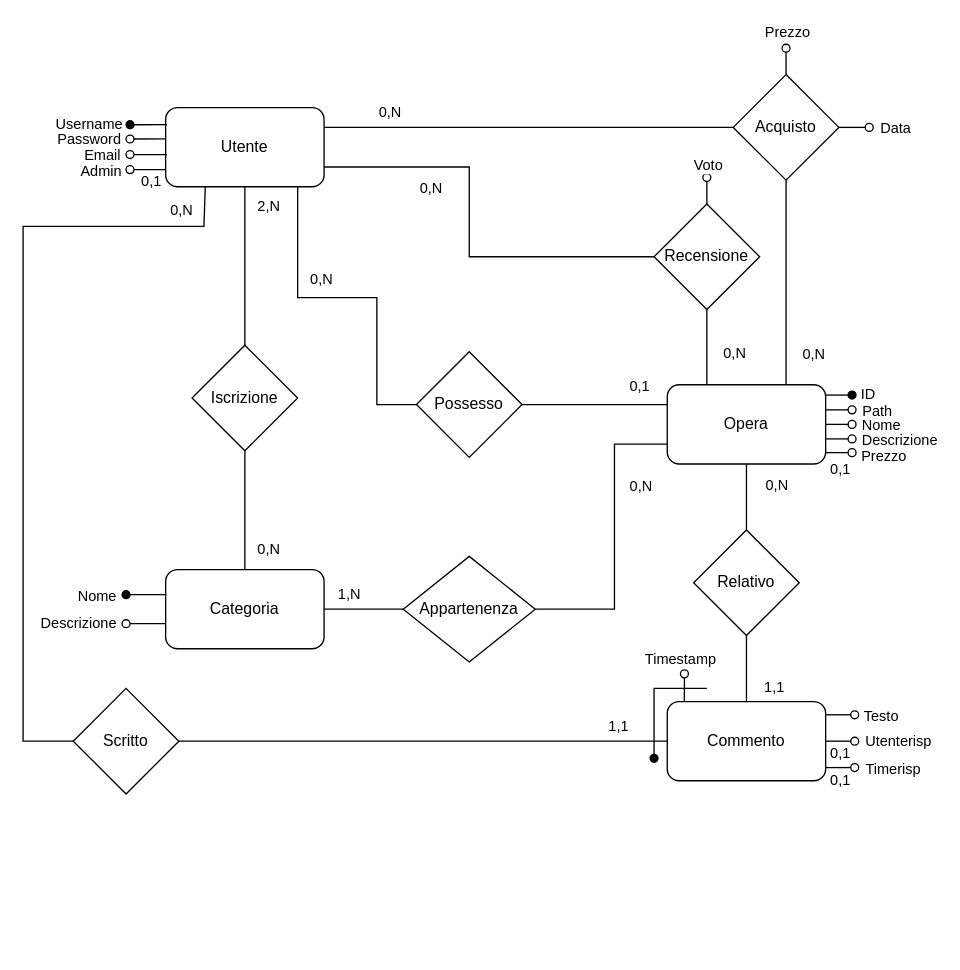
Earlier version of the draw.io diagram page "ristrutturato" (1 of 3) of DB/schema_ristrutturato.drawio (Giuseppe5000/TecWeb). Source tidied: cells renumbered, new cells numbered last; positions are measured from the earlier drawing's top-left corner, leaving out a move shared by most shapes. Both pictures are drawn from the tidied source at 132%, with x=0, y=0 at pixel (22, 48).
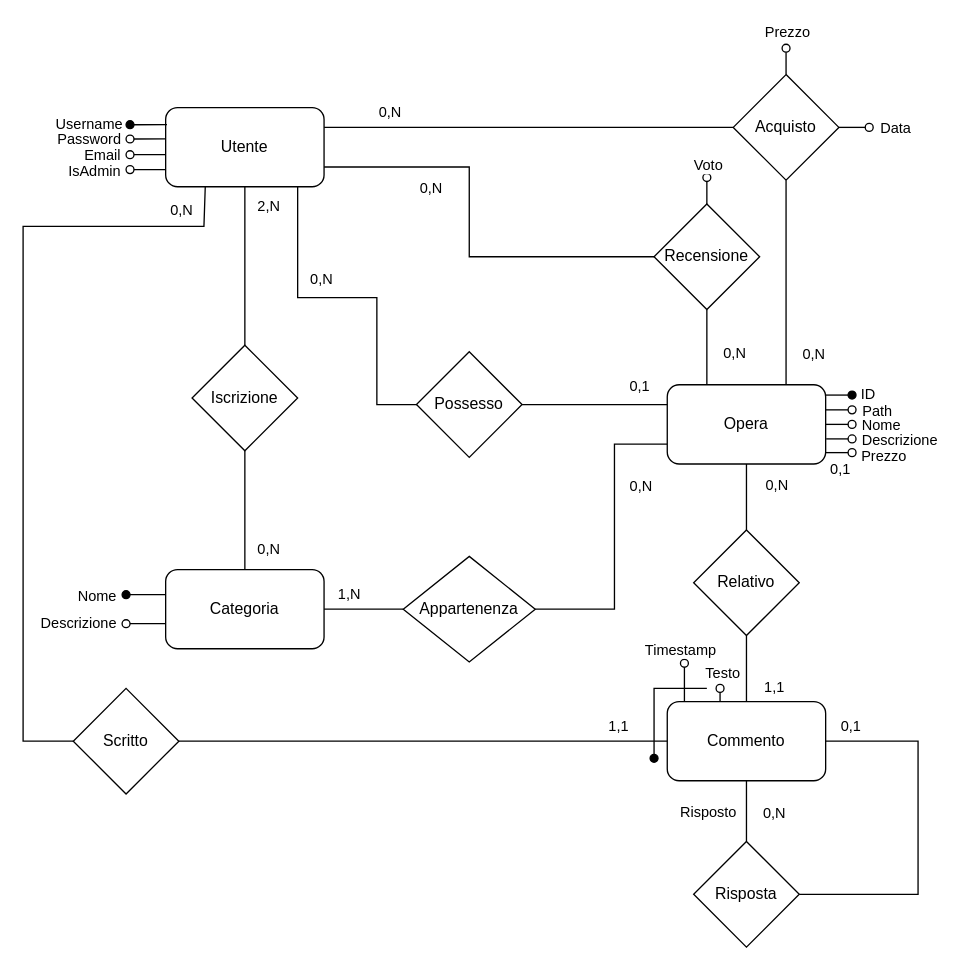
After the change.

Commit message (it also covers changes not shown here):
Modifiche di verifica #2

Unchanged cells that the change refers to:
```xml
<mxCell id="7" value="Utente" style="rounded=1;whiteSpace=wrap;html=1;" parent="1" vertex="1">
  <mxGeometry x="108" y="45" width="120" height="60" as="geometry" />
</mxCell>
<mxCell id="39" value="Commento" style="rounded=1;whiteSpace=wrap;html=1;" parent="1" vertex="1">
  <mxGeometry x="488" y="495" width="120" height="60" as="geometry" />
</mxCell>
```

Diff of the diagram source:
```diff
@@
-    <mxCell id="35" style="edgeStyle=orthogonalEdgeStyle;rounded=0;jettySize=auto;html=1;endArrow=oval;endFill=0;exitX=0.108;exitY=-0.002;exitDx=0;exitDy=0;exitPerimeter=0;" parent="1" edge="1" source="39">
-      <mxGeometry relative="1" as="geometry">
-        <mxPoint x="501" y="474" as="targetPoint" />
-      </mxGeometry>
-    </mxCell>
-    <mxCell id="36" value="Timestamp" style="edgeLabel;html=1;align=center;verticalAlign=middle;" parent="35" vertex="1">
-      <mxGeometry x="1" y="3" relative="1" as="geometry">
-        <mxPoint x="-1" y="-11" as="offset" />
-      </mxGeometry>
-    </mxCell>
-    <mxCell id="37" style="edgeStyle=orthogonalEdgeStyle;rounded=0;orthogonalLoop=1;jettySize=auto;html=1;exitX=1;exitY=0.25;exitDx=0;exitDy=0;endArrow=oval;endFill=0;" parent="1" edge="1">
-      <mxGeometry relative="1" as="geometry">
-        <mxPoint x="608" y="505" as="sourcePoint" />
-        <mxPoint x="630" y="505.1" as="targetPoint" />
-      </mxGeometry>
-    </mxCell>
-    <mxCell id="38" style="edgeStyle=orthogonalEdgeStyle;rounded=0;jettySize=auto;html=1;exitX=1;exitY=0.5;exitDx=0;exitDy=0;endArrow=oval;endFill=0;" parent="1" edge="1" source="39">
-      <mxGeometry relative="1" as="geometry">
-        <mxPoint x="630" y="525" as="targetPoint" />
-      </mxGeometry>
-    </mxCell>
@@
-    <mxCell id="48" value="Utenterisp" style="edgeLabel;html=1;align=center;verticalAlign=middle;" parent="1" vertex="1">
-      <mxGeometry x="666" y="519" as="geometry">
-        <mxPoint x="-4" y="5" as="offset" />
-      </mxGeometry>
-    </mxCell>
@@
-    <mxCell id="70" style="edgeStyle=orthogonalEdgeStyle;rounded=0;orthogonalLoop=1;jettySize=auto;html=1;endArrow=oval;endFill=0;exitX=0;exitY=0.577;exitDx=0;exitDy=0;exitPerimeter=0;" parent="1" edge="1">
+    <mxCell id="70" style="edgeStyle=orthogonalEdgeStyle;rounded=0;jettySize=auto;html=1;endArrow=oval;endFill=0;exitX=0.001;exitY=0.595;exitDx=0;exitDy=0;exitPerimeter=0;" parent="1" edge="1" source="7">
       <mxGeometry relative="1" as="geometry">
-        <mxPoint x="109" y="80.6" as="sourcePoint" />
         <mxPoint x="81" y="80" as="targetPoint" />
       </mxGeometry>
     </mxCell>
@@
-    <mxCell id="74" value="0,1" style="edgeLabel;html=1;align=center;verticalAlign=middle;" parent="1" vertex="1">
-      <mxGeometry x="679" y="599" as="geometry">
-        <mxPoint x="-61" y="-66" as="offset" />
-      </mxGeometry>
-    </mxCell>
-    <mxCell id="75" value="Admin" style="edgeLabel;html=1;align=center;verticalAlign=middle;" parent="1" vertex="1">
-      <mxGeometry x="83" y="85" as="geometry">
+    <mxCell id="75" value="IsAdmin" style="edgeLabel;html=1;align=center;verticalAlign=middle;" parent="1" vertex="1">
+      <mxGeometry x="78" y="85" as="geometry">
         <mxPoint x="-25" y="7" as="offset" />
       </mxGeometry>
     </mxCell>
-    <mxCell id="76" value="0,1" style="edgeLabel;html=1;align=center;verticalAlign=middle;" parent="1" vertex="1">
-      <mxGeometry x="96" y="100" as="geometry" />
-    </mxCell>
@@
+    <mxCell id="82" style="edgeStyle=orthogonalEdgeStyle;rounded=0;jettySize=auto;html=1;exitX=1;exitY=0.5;exitDx=0;exitDy=0;entryX=1;entryY=0.5;entryDx=0;entryDy=0;endArrow=none;endFill=0;" parent="1" edge="1" source="83">
+      <mxGeometry relative="1" as="geometry">
+        <mxPoint x="608" y="525" as="targetPoint" />
+        <Array as="points">
+          <mxPoint x="678" y="641" />
+          <mxPoint x="678" y="525" />
+        </Array>
+      </mxGeometry>
+    </mxCell>
+    <mxCell id="83" value="Risposta" style="rhombus;whiteSpace=wrap;html=1;" parent="1" vertex="1">
+      <mxGeometry x="508" y="601" width="80" height="80" as="geometry" />
+    </mxCell>
+    <mxCell id="84" value="Risposto" style="edgeLabel;html=1;align=center;verticalAlign=middle;" parent="1" vertex="1">
+      <mxGeometry x="522" y="573" as="geometry">
+        <mxPoint x="-4" y="5" as="offset" />
+      </mxGeometry>
+    </mxCell>
+    <mxCell id="85" style="edgeStyle=orthogonalEdgeStyle;rounded=0;jettySize=auto;html=1;exitX=0.5;exitY=0;exitDx=0;exitDy=0;entryX=0.5;entryY=1;entryDx=0;entryDy=0;endArrow=none;endFill=0;" parent="1" edge="1" source="83">
+      <mxGeometry relative="1" as="geometry">
+        <mxPoint x="548" y="555" as="targetPoint" />
+      </mxGeometry>
+    </mxCell>
+    <mxCell id="86" value="0,N" style="edgeLabel;html=1;align=center;verticalAlign=middle;" parent="1" vertex="1">
+      <mxGeometry x="568" y="579" as="geometry" />
+    </mxCell>
+    <mxCell id="87" value="0,1" style="edgeLabel;html=1;align=center;verticalAlign=middle;" parent="1" vertex="1">
+      <mxGeometry x="687" y="579" as="geometry">
+        <mxPoint x="-61" y="-66" as="offset" />
+      </mxGeometry>
+    </mxCell>
+    <mxCell id="88" style="edgeStyle=orthogonalEdgeStyle;rounded=0;orthogonalLoop=1;jettySize=auto;html=1;exitX=0.334;exitY=0;exitDx=0;exitDy=0;endArrow=oval;endFill=0;exitPerimeter=0;" parent="1" edge="1">
+      <mxGeometry relative="1" as="geometry">
+        <mxPoint x="528" y="495" as="sourcePoint" />
+        <mxPoint x="528" y="485" as="targetPoint" />
+      </mxGeometry>
+    </mxCell>
-    <mxCell id="78" value="Testo" style="edgeLabel;html=1;align=center;verticalAlign=middle;" parent="1" vertex="1">
-      <mxGeometry x="653" y="500" as="geometry">
-        <mxPoint x="-4" y="5" as="offset" />
+    <mxCell id="78" value="Testo" style="edgeLabel;html=1;align=center;verticalAlign=middle;" parent="88" vertex="1">
+      <mxGeometry x="1" y="-5" relative="1" as="geometry">
+        <mxPoint x="-4" y="-12" as="offset" />
       </mxGeometry>
     </mxCell>
-    <mxCell id="79" style="edgeStyle=orthogonalEdgeStyle;rounded=0;orthogonalLoop=1;jettySize=auto;html=1;exitX=1;exitY=0.5;exitDx=0;exitDy=0;endArrow=oval;endFill=0;" parent="1" edge="1">
-      <mxGeometry relative="1" as="geometry">
-        <mxPoint x="608" y="545" as="sourcePoint" />
-        <mxPoint x="630" y="545" as="targetPoint" />
-      </mxGeometry>
-    </mxCell>
-    <mxCell id="80" value="Timerisp" style="edgeLabel;html=1;align=center;verticalAlign=middle;" parent="1" vertex="1">
-      <mxGeometry x="662" y="540" as="geometry">
-        <mxPoint x="-4" y="5" as="offset" />
-      </mxGeometry>
-    </mxCell>
-    <mxCell id="81" value="0,1" style="edgeLabel;html=1;align=center;verticalAlign=middle;" parent="1" vertex="1">
-      <mxGeometry x="679" y="620" as="geometry">
-        <mxPoint x="-61" y="-66" as="offset" />
-      </mxGeometry>
-    </mxCell>
+    <mxCell id="89" style="edgeStyle=orthogonalEdgeStyle;rounded=0;orthogonalLoop=1;jettySize=auto;html=1;endArrow=oval;endFill=0;exitX=0.11;exitY=0.003;exitDx=0;exitDy=0;exitPerimeter=0;" parent="1" edge="1">
+      <mxGeometry relative="1" as="geometry">
+        <mxPoint x="501" y="495" as="sourcePoint" />
+        <mxPoint x="501" y="466" as="targetPoint" />
+      </mxGeometry>
+    </mxCell>
+    <mxCell id="36" value="Timestamp" style="edgeLabel;html=1;align=center;verticalAlign=middle;" parent="89" vertex="1">
+      <mxGeometry x="1" y="3" relative="1" as="geometry">
+        <mxPoint x="-1" y="-11" as="offset" />
+      </mxGeometry>
+    </mxCell>
```
